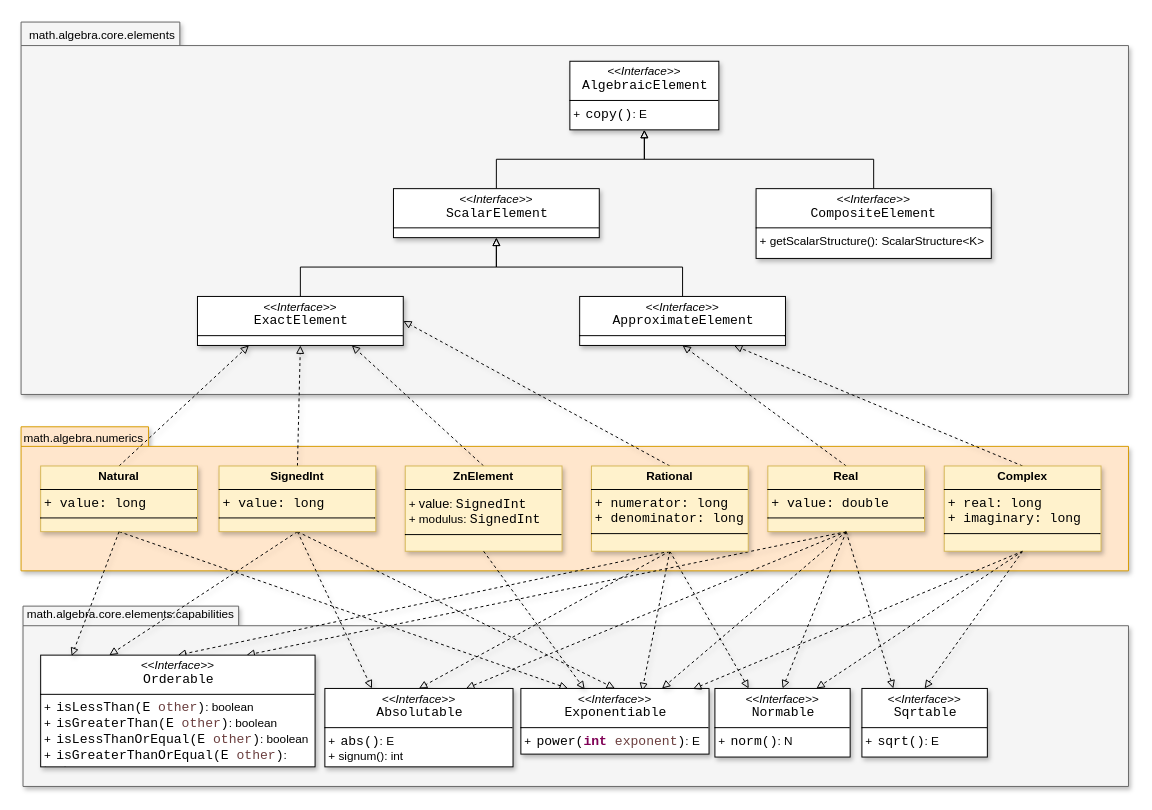
This is page "algebra-elements" (1 of 5) of resources/SMFN.drawio from gom9000/SMFN, a draw.io file, before an edit. Source tidied: cells renumbered, new cells numbered last; positions are measured from the earlier drawing's top-left corner, leaving out a move shared by most shapes. Both pictures are drawn from the tidied source at 98%, with x=0, y=0 at pixel (21, 21).
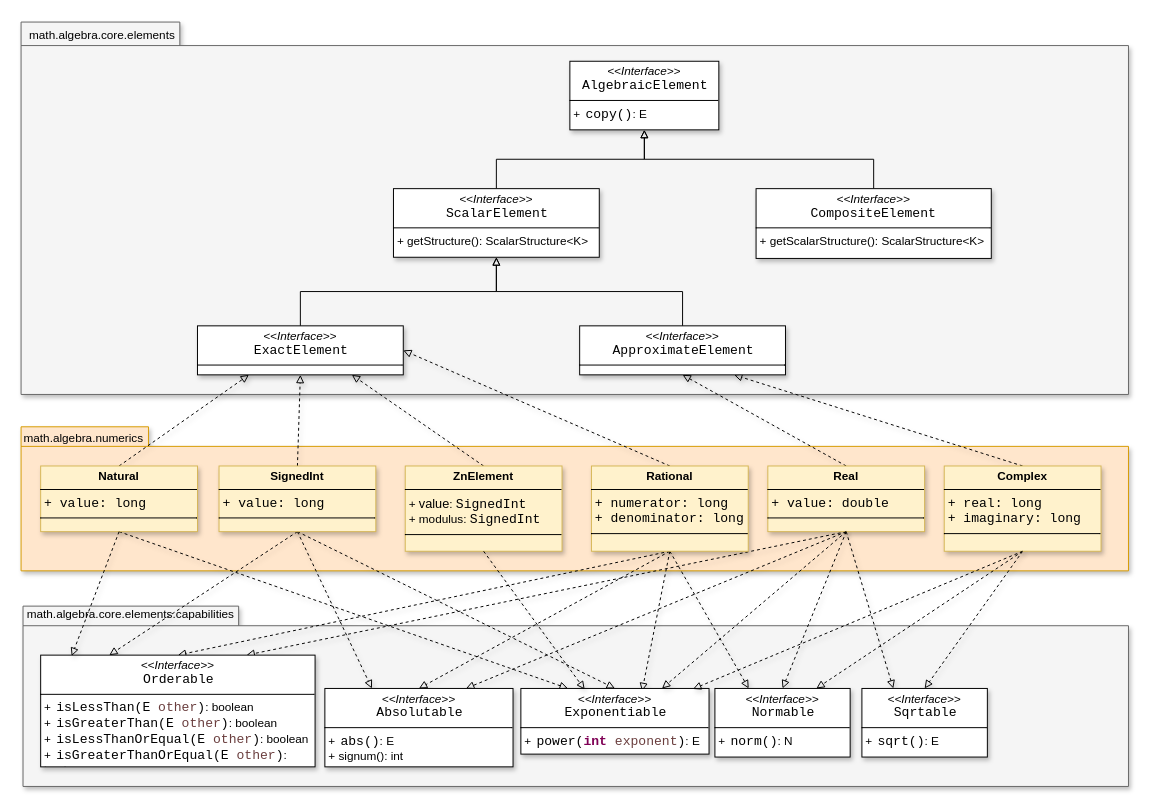
The same diagram, later.

What changed in the source:
```diff
@@
-    <mxCell id="44" value="&lt;p style=&quot;margin:0px;margin-top:4px;text-align:center;&quot;&gt;&lt;i&gt;&amp;lt;&amp;lt;Interface&amp;gt;&amp;gt;&lt;/i&gt;&lt;br&gt;&lt;span style=&quot;padding: 0px 0px 0px 2px;&quot;&gt;&lt;span style=&quot;font-family: Consolas; font-size: 10pt; white-space: pre;&quot;&gt;&lt;span style=&quot;&quot;&gt;ScalarElement&lt;/span&gt;&lt;/span&gt;&lt;/span&gt;&lt;/p&gt;&lt;hr size=&quot;1&quot; style=&quot;border-style:solid;&quot;&gt;&lt;p style=&quot;margin:0px;margin-left:4px;&quot;&gt;&lt;/p&gt;&lt;p style=&quot;margin:0px;margin-left:4px;&quot;&gt;&lt;br&gt;&lt;/p&gt;" style="verticalAlign=top;align=left;overflow=fill;html=1;whiteSpace=wrap;labelBackgroundColor=none;shadow=1;" parent="1" vertex="1">
-      <mxGeometry x="380" y="171" width="210" height="50" as="geometry" />
+    <mxCell id="44" value="&lt;p style=&quot;margin:0px;margin-top:4px;text-align:center;&quot;&gt;&lt;i&gt;&amp;lt;&amp;lt;Interface&amp;gt;&amp;gt;&lt;/i&gt;&lt;br&gt;&lt;span style=&quot;padding: 0px 0px 0px 2px;&quot;&gt;&lt;span style=&quot;font-family: Consolas; font-size: 10pt; white-space: pre;&quot;&gt;&lt;span style=&quot;&quot;&gt;ScalarElement&lt;/span&gt;&lt;/span&gt;&lt;/span&gt;&lt;/p&gt;&lt;hr size=&quot;1&quot; style=&quot;border-style:solid;&quot;&gt;&lt;p style=&quot;margin:0px;margin-left:4px;&quot;&gt;&lt;/p&gt;&lt;p style=&quot;margin:0px;margin-left:4px;&quot;&gt;+ getStructure(): ScalarStructure&amp;lt;K&amp;gt;&lt;/p&gt;" style="verticalAlign=top;align=left;overflow=fill;html=1;whiteSpace=wrap;labelBackgroundColor=none;shadow=1;" parent="1" vertex="1">
+      <mxGeometry x="380" y="171" width="210" height="70" as="geometry" />
     </mxCell>
@@
     <mxCell id="48" value="&lt;p style=&quot;margin:0px;margin-top:4px;text-align:center;&quot;&gt;&lt;i&gt;&amp;lt;&amp;lt;Interface&amp;gt;&amp;gt;&lt;/i&gt;&lt;br&gt;&lt;span style=&quot;padding: 0px 0px 0px 2px;&quot;&gt;&lt;span style=&quot;font-family: Consolas; font-size: 10pt; white-space: pre;&quot;&gt;&lt;span style=&quot;&quot;&gt;ExactElement&lt;/span&gt;&lt;/span&gt;&lt;/span&gt;&lt;/p&gt;&lt;hr size=&quot;1&quot; style=&quot;border-style:solid;&quot;&gt;&lt;p style=&quot;margin:0px;margin-left:4px;&quot;&gt;&lt;/p&gt;&lt;p style=&quot;margin:0px;margin-left:4px;&quot;&gt;&lt;br&gt;&lt;/p&gt;" style="verticalAlign=top;align=left;overflow=fill;html=1;whiteSpace=wrap;labelBackgroundColor=none;shadow=1;" parent="1" vertex="1">
-      <mxGeometry x="180" y="281" width="210" height="50" as="geometry" />
+      <mxGeometry x="180" y="311" width="210" height="50" as="geometry" />
     </mxCell>
@@
     <mxCell id="50" value="&lt;p style=&quot;margin:0px;margin-top:4px;text-align:center;&quot;&gt;&lt;i&gt;&amp;lt;&amp;lt;Interface&amp;gt;&amp;gt;&lt;/i&gt;&lt;br&gt;&lt;span style=&quot;padding: 0px 0px 0px 2px;&quot;&gt;&lt;span style=&quot;font-family: Consolas; font-size: 10pt; white-space: pre;&quot;&gt;&lt;span style=&quot;&quot;&gt;ApproximateElement&lt;/span&gt;&lt;/span&gt;&lt;/span&gt;&lt;/p&gt;&lt;hr size=&quot;1&quot; style=&quot;border-style:solid;&quot;&gt;&lt;p style=&quot;margin:0px;margin-left:4px;&quot;&gt;&lt;/p&gt;&lt;p style=&quot;margin:0px;margin-left:4px;&quot;&gt;&lt;br&gt;&lt;/p&gt;" style="verticalAlign=top;align=left;overflow=fill;html=1;whiteSpace=wrap;labelBackgroundColor=none;shadow=1;" parent="1" vertex="1">
-      <mxGeometry x="570" y="281" width="210" height="50" as="geometry" />
+      <mxGeometry x="570" y="311" width="210" height="50" as="geometry" />
     </mxCell>
```
